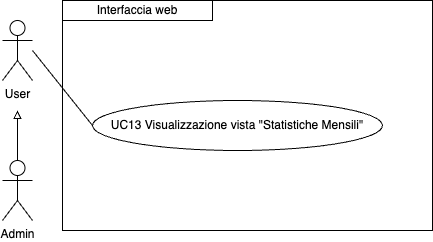
ShameIRL/farmacode keeps this draw.io diagram as imgs/Uml/UC13.png. Above is the earlier version. Source tidied: cells renumbered, new cells last; positions are measured from the earlier drawing's top-left corner, leaving out a move shared by most shapes. The source it was exported from:
```xml
<mxGraphModel>
  <root>
    <mxCell id="0" />
    <mxCell id="1" parent="0" />
    <mxCell id="2" value="UC13 Visualizzazione vista &quot;Statistiche Mensili&quot;" style="ellipse;whiteSpace=wrap;html=1;" parent="1" vertex="1">
      <mxGeometry x="90" y="100" width="290" height="50" as="geometry" />
    </mxCell>
    <mxCell id="3" style="endArrow=none;html=1;rounded=0;entryX=0;entryY=0.5;entryDx=0;entryDy=0;" parent="1" edge="1" target="2">
      <mxGeometry relative="1" as="geometry">
        <mxPoint x="30" y="50" as="sourcePoint" />
      </mxGeometry>
    </mxCell>
    <mxCell id="4" value="Interfaccia web" style="rounded=0;whiteSpace=wrap;html=1;" parent="1" vertex="1">
      <mxGeometry x="60" width="150" height="20" as="geometry" />
    </mxCell>
    <mxCell id="5" style="edgeStyle=orthogonalEdgeStyle;rounded=0;jettySize=auto;html=1;exitX=0.5;exitY=0;exitDx=0;exitDy=0;exitPerimeter=0;endArrow=block;endFill=0;" parent="1" edge="1" source="6">
      <mxGeometry relative="1" as="geometry">
        <mxPoint x="15" y="110" as="targetPoint" />
      </mxGeometry>
    </mxCell>
    <mxCell id="6" value="Admin" style="shape=umlActor;verticalLabelPosition=bottom;verticalAlign=top;html=1;outlineConnect=0;" parent="1" vertex="1">
      <mxGeometry y="160" width="30" height="60" as="geometry" />
    </mxCell>
    <mxCell id="7" value="User" style="shape=umlActor;verticalLabelPosition=bottom;verticalAlign=top;html=1;" parent="1" vertex="1">
      <mxGeometry y="20" width="30" height="60" as="geometry" />
    </mxCell>
    <mxCell id="8" style="rounded=0;whiteSpace=wrap;html=1;fillColor=none;" parent="1" vertex="1">
      <mxGeometry x="60" width="370" height="230" as="geometry" />
    </mxCell>
  </root>
</mxGraphModel>
```
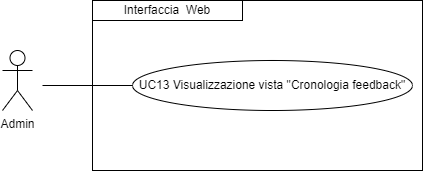
Later version of the same file.

The edit, as a diff of the source:
```diff
@@ -2,30 +2,22 @@
   <root>
     <mxCell id="0" />
     <mxCell id="1" parent="0" />
-    <mxCell id="2" value="UC13 Visualizzazione vista &quot;Statistiche Mensili&quot;" style="ellipse;whiteSpace=wrap;html=1;" parent="1" vertex="1">
-      <mxGeometry x="90" y="100" width="290" height="50" as="geometry" />
-    </mxCell>
-    <mxCell id="3" style="endArrow=none;html=1;rounded=0;entryX=0;entryY=0.5;entryDx=0;entryDy=0;" parent="1" edge="1" target="2">
-      <mxGeometry relative="1" as="geometry">
-        <mxPoint x="30" y="50" as="sourcePoint" />
-      </mxGeometry>
-    </mxCell>
-    <mxCell id="4" value="Interfaccia web" style="rounded=0;whiteSpace=wrap;html=1;" parent="1" vertex="1">
-      <mxGeometry x="60" width="150" height="20" as="geometry" />
-    </mxCell>
-    <mxCell id="5" style="edgeStyle=orthogonalEdgeStyle;rounded=0;jettySize=auto;html=1;exitX=0.5;exitY=0;exitDx=0;exitDy=0;exitPerimeter=0;endArrow=block;endFill=0;" parent="1" edge="1" source="6">
-      <mxGeometry relative="1" as="geometry">
-        <mxPoint x="15" y="110" as="targetPoint" />
-      </mxGeometry>
-    </mxCell>
-    <mxCell id="6" value="Admin" style="shape=umlActor;verticalLabelPosition=bottom;verticalAlign=top;html=1;outlineConnect=0;" parent="1" vertex="1">
+    <mxCell id="6" value="Admin&lt;div&gt;&lt;br&gt;&lt;/div&gt;" style="shape=umlActor;verticalLabelPosition=bottom;verticalAlign=top;html=1;outlineConnect=0;" parent="1" vertex="1">
       <mxGeometry y="160" width="30" height="60" as="geometry" />
     </mxCell>
-    <mxCell id="7" value="User" style="shape=umlActor;verticalLabelPosition=bottom;verticalAlign=top;html=1;" parent="1" vertex="1">
-      <mxGeometry y="20" width="30" height="60" as="geometry" />
-    </mxCell>
-    <mxCell id="8" style="rounded=0;whiteSpace=wrap;html=1;fillColor=none;" parent="1" vertex="1">
-      <mxGeometry x="60" width="370" height="230" as="geometry" />
-    </mxCell>
+    <mxCell id="9" style="rounded=0;whiteSpace=wrap;html=1;fillColor=none;" parent="1" vertex="1">
+      <mxGeometry x="90" y="110" width="330" height="170" as="geometry" />
+    </mxCell>
+    <mxCell id="10" value="&lt;div style=&quot;&quot;&gt;Interfaccia&amp;nbsp; W&lt;span style=&quot;background-color: initial;&quot;&gt;eb&lt;/span&gt;&lt;/div&gt;" style="rounded=0;whiteSpace=wrap;html=1;fillColor=none;align=center;" parent="1" vertex="1">
+      <mxGeometry x="90" y="110" width="150" height="20" as="geometry" />
+    </mxCell>
+    <mxCell id="11" value="UC13 Visualizzazione vista &quot;Cronologia feedback&quot;" style="ellipse;whiteSpace=wrap;html=1;" parent="1" vertex="1">
+      <mxGeometry x="130" y="170" width="280" height="50" as="geometry" />
+    </mxCell>
+    <mxCell id="12" style="endArrow=none;html=1;rounded=0;entryX=0;entryY=0.5;entryDx=0;entryDy=0;" parent="1" edge="1" target="11">
+      <mxGeometry relative="1" as="geometry">
+        <mxPoint x="40" y="195" as="sourcePoint" />
+      </mxGeometry>
+    </mxCell>
   </root>
 </mxGraphModel>
```
